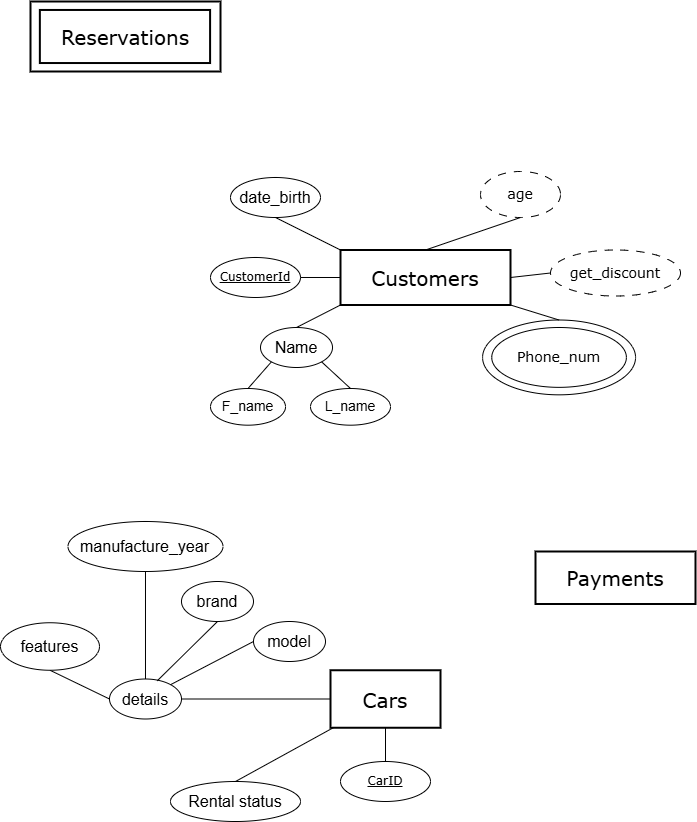
This is ER Diagram.drawio.png from haneen1705/ERDs, a draw.io export, as it was before one commit. Source tidied: cells renumbered, new cells last; positions are measured from the earlier drawing's top-left corner, leaving out a move shared by most shapes.
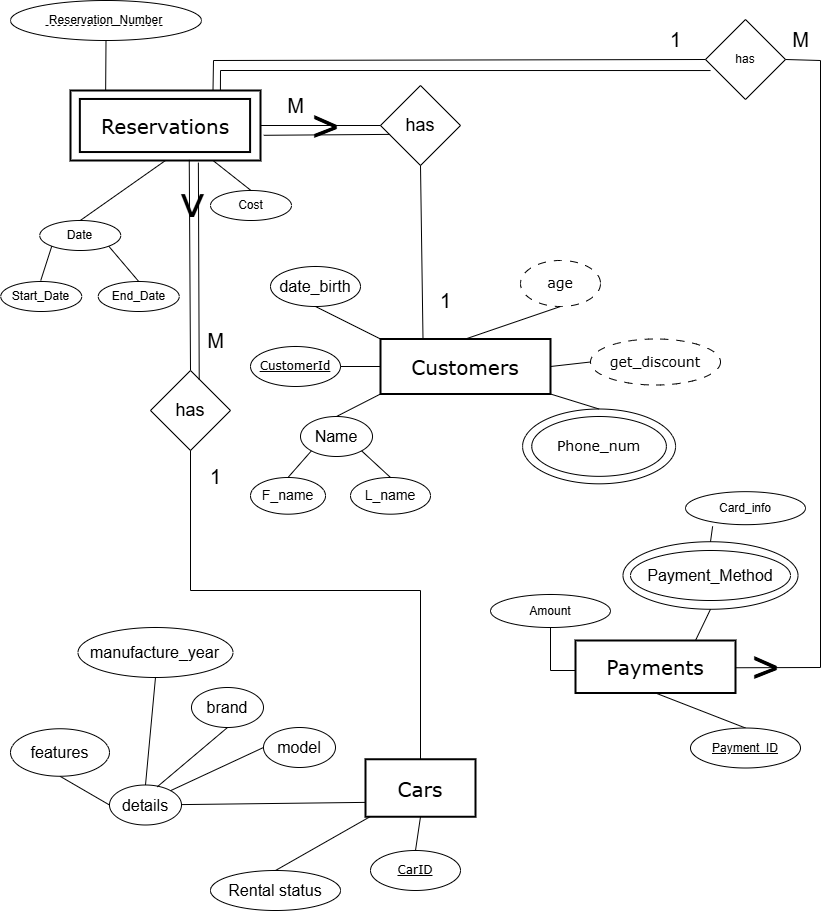
The same diagram one commit later.

Change to the diagram source:
```diff
@@ -6,7 +6,7 @@
       <mxGeometry x="340" y="248.5" width="170" height="55" as="geometry" />
     </mxCell>
     <mxCell id="3" value="&lt;font face=&quot;Verdana&quot; style=&quot;font-size: 20px;&quot;&gt;Cars&lt;/font&gt;" style="rounded=0;whiteSpace=wrap;html=1;strokeWidth=2;" parent="1" vertex="1">
-      <mxGeometry x="330" y="668.8" width="110" height="57.5" as="geometry" />
+      <mxGeometry x="325" y="668.8" width="110" height="57.5" as="geometry" />
     </mxCell>
     <mxCell id="4" value="&lt;font face=&quot;Verdana&quot;&gt;&lt;span style=&quot;font-size: 20px;&quot;&gt;Payments&lt;/span&gt;&lt;/font&gt;" style="rounded=0;whiteSpace=wrap;html=1;strokeWidth=2;" parent="1" vertex="1">
       <mxGeometry x="535" y="550" width="160" height="52.5" as="geometry" />
@@ -72,16 +72,16 @@
       <mxGeometry relative="1" as="geometry" />
     </mxCell>
     <mxCell id="25" value="&lt;u&gt;&lt;font face=&quot;Verdana&quot;&gt;CarID&lt;/font&gt;&lt;/u&gt;" style="ellipse;whiteSpace=wrap;html=1;" parent="1" vertex="1">
-      <mxGeometry x="340" y="760" width="90" height="40" as="geometry" />
+      <mxGeometry x="330" y="760" width="90" height="40" as="geometry" />
     </mxCell>
     <mxCell id="26" style="endArrow=none;html=1;rounded=0;entryX=0.5;entryY=1;entryDx=0;entryDy=0;exitX=0.5;exitY=0;exitDx=0;exitDy=0;" parent="1" edge="1" source="25" target="3">
       <mxGeometry relative="1" as="geometry" />
     </mxCell>
-    <mxCell id="27" style="endArrow=none;html=1;rounded=0;entryX=0;entryY=0.5;entryDx=0;entryDy=0;" parent="1" edge="1" source="28" target="3">
+    <mxCell id="27" style="endArrow=none;html=1;rounded=0;entryX=0;entryY=0.75;entryDx=0;entryDy=0;" parent="1" edge="1" source="28" target="3">
       <mxGeometry relative="1" as="geometry" />
     </mxCell>
     <mxCell id="28" value="&lt;font style=&quot;font-size: 16px;&quot;&gt;details&lt;/font&gt;" style="ellipse;whiteSpace=wrap;html=1;" parent="1" vertex="1">
-      <mxGeometry x="109" y="677.5" width="72" height="40" as="geometry" />
+      <mxGeometry x="69" y="694.5" width="72" height="40" as="geometry" />
     </mxCell>
     <mxCell id="29" value="&lt;font face=&quot;Verdana&quot;&gt;&lt;span style=&quot;font-size: 14px;&quot;&gt;get_discount&lt;/span&gt;&lt;/font&gt;" style="ellipse;whiteSpace=wrap;html=1;dashed=1;dashPattern=8 8;" parent="1" vertex="1">
       <mxGeometry x="550" y="248.5" width="130" height="46" as="geometry" />
@@ -93,16 +93,16 @@
       <mxGeometry relative="1" as="geometry" />
     </mxCell>
     <mxCell id="32" value="&lt;font style=&quot;font-size: 16px;&quot;&gt;model&lt;/font&gt;" style="ellipse;whiteSpace=wrap;html=1;" parent="1" vertex="1">
-      <mxGeometry x="253" y="620" width="72" height="40" as="geometry" />
+      <mxGeometry x="223" y="637" width="72" height="40" as="geometry" />
     </mxCell>
     <mxCell id="33" value="&lt;font style=&quot;font-size: 16px;&quot;&gt;manufacture_year&lt;/font&gt;" style="ellipse;whiteSpace=wrap;html=1;" parent="1" vertex="1">
-      <mxGeometry x="67.5" y="520" width="155" height="50" as="geometry" />
+      <mxGeometry x="37.5" y="537" width="155" height="50" as="geometry" />
     </mxCell>
     <mxCell id="34" style="endArrow=none;html=1;rounded=0;exitX=0.5;exitY=0;exitDx=0;exitDy=0;entryX=0.5;entryY=1;entryDx=0;entryDy=0;" parent="1" edge="1" source="28" target="33">
       <mxGeometry relative="1" as="geometry" />
     </mxCell>
     <mxCell id="35" value="&lt;span style=&quot;font-size: 16px;&quot;&gt;brand&lt;/span&gt;" style="ellipse;whiteSpace=wrap;html=1;" parent="1" vertex="1">
-      <mxGeometry x="181" y="580" width="72" height="40" as="geometry" />
+      <mxGeometry x="151" y="597" width="72" height="40" as="geometry" />
     </mxCell>
     <mxCell id="36" style="endArrow=none;html=1;rounded=0;entryX=0.5;entryY=1;entryDx=0;entryDy=0;exitX=0.664;exitY=0.044;exitDx=0;exitDy=0;exitPerimeter=0;" parent="1" edge="1" source="28" target="35">
       <mxGeometry relative="1" as="geometry" />
@@ -111,7 +111,7 @@
       <mxGeometry relative="1" as="geometry" />
     </mxCell>
     <mxCell id="38" value="&lt;font style=&quot;font-size: 16px;&quot;&gt;features&lt;/font&gt;" style="ellipse;whiteSpace=wrap;html=1;" parent="1" vertex="1">
-      <mxGeometry y="621.2" width="99" height="47.5" as="geometry" />
+      <mxGeometry x="-30" y="638.2" width="99" height="47.5" as="geometry" />
     </mxCell>
     <mxCell id="39" style="endArrow=none;html=1;rounded=0;exitX=0.5;exitY=0;exitDx=0;exitDy=0;" parent="1" edge="1" source="40" target="3">
       <mxGeometry relative="1" as="geometry" />
@@ -119,5 +119,162 @@
     <mxCell id="40" value="&lt;span style=&quot;font-size: 16px;&quot;&gt;Rental status&lt;/span&gt;" style="ellipse;whiteSpace=wrap;html=1;" parent="1" vertex="1">
       <mxGeometry x="170" y="780" width="130" height="40" as="geometry" />
     </mxCell>
+    <mxCell id="41" style="endArrow=none;html=1;rounded=0;entryX=0.185;entryY=-0.003;entryDx=0;entryDy=0;exitX=0.5;exitY=1;exitDx=0;exitDy=0;entryPerimeter=0;" parent="1" edge="1" source="75" target="6">
+      <mxGeometry relative="1" as="geometry" />
+    </mxCell>
+    <mxCell id="42" style="endArrow=none;html=1;rounded=0;entryX=0.5;entryY=1;entryDx=0;entryDy=0;exitX=0.5;exitY=0;exitDx=0;exitDy=0;" parent="1" edge="1" source="43" target="6">
+      <mxGeometry relative="1" as="geometry" />
+    </mxCell>
+    <mxCell id="43" value="Date" style="ellipse;whiteSpace=wrap;html=1;" parent="1" vertex="1">
+      <mxGeometry x="-0.8" y="130" width="81" height="30" as="geometry" />
+    </mxCell>
+    <mxCell id="44" style="endArrow=none;html=1;rounded=0;entryX=0;entryY=1;entryDx=0;entryDy=0;" parent="1" edge="1" target="43">
+      <mxGeometry relative="1" as="geometry">
+        <mxPoint x="0.2" y="190" as="sourcePoint" />
+      </mxGeometry>
+    </mxCell>
+    <mxCell id="45" style="endArrow=none;html=1;rounded=0;entryX=1;entryY=1;entryDx=0;entryDy=0;exitX=0.5;exitY=0;exitDx=0;exitDy=0;" parent="1" edge="1" source="47" target="43">
+      <mxGeometry relative="1" as="geometry" />
+    </mxCell>
+    <mxCell id="46" value="Start_Date" style="ellipse;whiteSpace=wrap;html=1;" parent="1" vertex="1">
+      <mxGeometry x="-39.8" y="191" width="81" height="30" as="geometry" />
+    </mxCell>
+    <mxCell id="47" value="End_Date" style="ellipse;whiteSpace=wrap;html=1;" parent="1" vertex="1">
+      <mxGeometry x="57.7" y="191" width="81" height="30" as="geometry" />
+    </mxCell>
+    <mxCell id="48" value="Cost" style="ellipse;whiteSpace=wrap;html=1;" parent="1" vertex="1">
+      <mxGeometry x="170" y="100" width="81" height="30" as="geometry" />
+    </mxCell>
+    <mxCell id="49" style="endArrow=none;html=1;rounded=0;entryX=0.75;entryY=1;entryDx=0;entryDy=0;exitX=0.5;exitY=0;exitDx=0;exitDy=0;" parent="1" edge="1" source="48" target="6">
+      <mxGeometry relative="1" as="geometry" />
+    </mxCell>
+    <mxCell id="50" style="endArrow=none;html=1;rounded=0;entryX=0.5;entryY=1;entryDx=0;entryDy=0;exitX=0.5;exitY=0;exitDx=0;exitDy=0;" parent="1" edge="1" source="51">
+      <mxGeometry relative="1" as="geometry">
+        <mxPoint x="615" y="602.5" as="targetPoint" />
+      </mxGeometry>
+    </mxCell>
+    <mxCell id="51" value="&lt;u&gt;Payment_ID&lt;/u&gt;" style="ellipse;whiteSpace=wrap;html=1;" parent="1" vertex="1">
+      <mxGeometry x="650" y="637.5" width="110" height="40" as="geometry" />
+    </mxCell>
+    <mxCell id="52" value="&lt;font style=&quot;font-size: 16px;&quot;&gt;Payment_Method&lt;/font&gt;" style="ellipse;whiteSpace=wrap;html=1;" parent="1" vertex="1">
+      <mxGeometry x="590" y="460" width="160" height="50" as="geometry" />
+    </mxCell>
+    <mxCell id="53" style="endArrow=none;html=1;rounded=0;exitX=0.75;exitY=0;exitDx=0;exitDy=0;entryX=0.5;entryY=1;entryDx=0;entryDy=0;" parent="1" edge="1" source="4" target="54">
+      <mxGeometry relative="1" as="geometry" />
+    </mxCell>
+    <mxCell id="54" style="ellipse;whiteSpace=wrap;html=1;fillColor=none;" parent="1" vertex="1">
+      <mxGeometry x="582.5" y="451.2" width="175" height="67.5" as="geometry" />
+    </mxCell>
+    <mxCell id="55" value="Card_info" style="ellipse;whiteSpace=wrap;html=1;" parent="1" vertex="1">
+      <mxGeometry x="645" y="401.2" width="120" height="33" as="geometry" />
+    </mxCell>
+    <mxCell id="56" style="endArrow=none;html=1;rounded=0;exitX=0.5;exitY=0;exitDx=0;exitDy=0;entryX=0.226;entryY=1.05;entryDx=0;entryDy=0;entryPerimeter=0;" parent="1" edge="1" source="54" target="55">
+      <mxGeometry relative="1" as="geometry" />
+    </mxCell>
+    <mxCell id="57" style="endArrow=none;html=1;rounded=0;entryX=0.5;entryY=1;entryDx=0;entryDy=0;" parent="1" edge="1" target="58">
+      <mxGeometry relative="1" as="geometry">
+        <mxPoint x="535" y="580" as="sourcePoint" />
+        <Array as="points">
+          <mxPoint x="510" y="580" />
+        </Array>
+      </mxGeometry>
+    </mxCell>
+    <mxCell id="58" value="Amount" style="ellipse;whiteSpace=wrap;html=1;" parent="1" vertex="1">
+      <mxGeometry x="450" y="504" width="120" height="33" as="geometry" />
+    </mxCell>
+    <mxCell id="59" value="&lt;font style=&quot;font-size: 18px;&quot;&gt;has&lt;/font&gt;" style="rhombus;whiteSpace=wrap;html=1;" parent="1" vertex="1">
+      <mxGeometry x="340" y="-5" width="80" height="80" as="geometry" />
+    </mxCell>
+    <mxCell id="60" style="endArrow=none;html=1;rounded=0;exitX=0.25;exitY=0;exitDx=0;exitDy=0;entryX=0.5;entryY=1;entryDx=0;entryDy=0;" parent="1" edge="1" source="2" target="59">
+      <mxGeometry relative="1" as="geometry" />
+    </mxCell>
+    <mxCell id="61" style="endArrow=none;html=1;rounded=0;exitX=1;exitY=0.5;exitDx=0;exitDy=0;entryX=0;entryY=0.5;entryDx=0;entryDy=0;" parent="1" edge="1" source="6" target="59">
+      <mxGeometry relative="1" as="geometry" />
+    </mxCell>
+    <mxCell id="62" value="&lt;font style=&quot;font-size: 20px;&quot;&gt;M&lt;/font&gt;" style="text;html=1;align=center;verticalAlign=middle;strokeColor=none;fillColor=none;" parent="1" vertex="1">
+      <mxGeometry x="235" y="-5" width="40" height="40" as="geometry" />
+    </mxCell>
+    <mxCell id="63" value="&lt;font style=&quot;font-size: 20px;&quot;&gt;1&lt;/font&gt;" style="text;html=1;align=center;verticalAlign=middle;strokeColor=none;fillColor=none;" parent="1" vertex="1">
+      <mxGeometry x="390" y="190" width="30" height="40" as="geometry" />
+    </mxCell>
+    <mxCell id="64" style="endArrow=none;html=1;rounded=0;exitX=0.625;exitY=0.991;exitDx=0;exitDy=0;entryX=0.5;entryY=0;entryDx=0;entryDy=0;exitPerimeter=0;" parent="1" edge="1" source="6" target="65">
+      <mxGeometry relative="1" as="geometry" />
+    </mxCell>
+    <mxCell id="65" value="&lt;font style=&quot;font-size: 18px;&quot;&gt;has&lt;/font&gt;" style="rhombus;whiteSpace=wrap;html=1;" parent="1" vertex="1">
+      <mxGeometry x="110" y="280" width="80" height="80" as="geometry" />
+    </mxCell>
+    <mxCell id="66" style="endArrow=none;html=1;rounded=0;entryX=0.5;entryY=1;entryDx=0;entryDy=0;exitX=0.5;exitY=0;exitDx=0;exitDy=0;" parent="1" edge="1" source="3" target="65">
+      <mxGeometry relative="1" as="geometry">
+        <Array as="points">
+          <mxPoint x="380" y="500" />
+          <mxPoint x="150" y="500" />
+        </Array>
+      </mxGeometry>
+    </mxCell>
+    <mxCell id="67" value="&lt;span style=&quot;font-size: 20px;&quot;&gt;M&lt;/span&gt;" style="text;html=1;align=center;verticalAlign=middle;strokeColor=none;fillColor=none;" parent="1" vertex="1">
+      <mxGeometry x="155" y="230" width="40" height="40" as="geometry" />
+    </mxCell>
+    <mxCell id="68" value="&lt;font style=&quot;font-size: 20px;&quot;&gt;1&lt;/font&gt;" style="text;html=1;align=center;verticalAlign=middle;strokeColor=none;fillColor=none;" parent="1" vertex="1">
+      <mxGeometry x="160" y="366" width="30" height="40" as="geometry" />
+    </mxCell>
+    <mxCell id="69" style="endArrow=none;html=1;rounded=0;exitX=0.673;exitY=1.03;exitDx=0;exitDy=0;exitPerimeter=0;entryX=0.609;entryY=0.117;entryDx=0;entryDy=0;entryPerimeter=0;" parent="1" edge="1" source="6" target="65">
+      <mxGeometry relative="1" as="geometry" />
+    </mxCell>
+    <mxCell id="70" style="endArrow=none;html=1;rounded=0;entryX=0.12;entryY=0.611;entryDx=0;entryDy=0;entryPerimeter=0;exitX=1.017;exitY=0.64;exitDx=0;exitDy=0;exitPerimeter=0;" parent="1" edge="1" source="6" target="59">
+      <mxGeometry relative="1" as="geometry" />
+    </mxCell>
+    <mxCell id="71" value="has" style="rhombus;whiteSpace=wrap;html=1;" parent="1" vertex="1">
+      <mxGeometry x="665" y="-71" width="80" height="80" as="geometry" />
+    </mxCell>
+    <mxCell id="72" style="endArrow=none;html=1;rounded=0;exitX=0.75;exitY=0;exitDx=0;exitDy=0;entryX=0;entryY=0.5;entryDx=0;entryDy=0;" parent="1" edge="1" source="6" target="71">
+      <mxGeometry relative="1" as="geometry">
+        <Array as="points">
+          <mxPoint x="173" y="-30" />
+        </Array>
+      </mxGeometry>
+    </mxCell>
+    <mxCell id="73" style="endArrow=none;html=1;rounded=0;exitX=0.789;exitY=0;exitDx=0;exitDy=0;exitPerimeter=0;entryX=0.063;entryY=0.638;entryDx=0;entryDy=0;entryPerimeter=0;" parent="1" edge="1" source="6" target="71">
+      <mxGeometry relative="1" as="geometry">
+        <Array as="points">
+          <mxPoint x="180" y="-20" />
+        </Array>
+      </mxGeometry>
+    </mxCell>
+    <mxCell id="74" style="group;" parent="1" vertex="1">
+      <mxGeometry x="-30" y="-90" width="191" height="40" as="geometry" />
+    </mxCell>
+    <mxCell id="75" value="Reservation_Number" style="ellipse;whiteSpace=wrap;html=1;" parent="74" vertex="1">
+      <mxGeometry width="191" height="40" as="geometry" />
+    </mxCell>
+    <mxCell id="76" style="endArrow=none;dashed=1;html=1;rounded=0;" parent="74" edge="1">
+      <mxGeometry relative="1" as="geometry">
+        <mxPoint x="35" y="25" as="sourcePoint" />
+        <mxPoint x="155" y="25" as="targetPoint" />
+      </mxGeometry>
+    </mxCell>
+    <mxCell id="77" value="&lt;font style=&quot;font-size: 20px;&quot;&gt;1&lt;/font&gt;" style="text;html=1;align=center;verticalAlign=middle;strokeColor=none;fillColor=none;" parent="1" vertex="1">
+      <mxGeometry x="620" y="-71" width="30" height="40" as="geometry" />
+    </mxCell>
+    <mxCell id="78" value="&lt;font style=&quot;font-size: 20px;&quot;&gt;M&lt;/font&gt;" style="text;html=1;align=center;verticalAlign=middle;strokeColor=none;fillColor=none;" parent="1" vertex="1">
+      <mxGeometry x="740" y="-71" width="40" height="40" as="geometry" />
+    </mxCell>
+    <mxCell id="79" style="endArrow=none;html=1;rounded=0;exitX=1;exitY=0.5;exitDx=0;exitDy=0;entryX=1;entryY=0.5;entryDx=0;entryDy=0;" parent="1" edge="1" target="71">
+      <mxGeometry relative="1" as="geometry">
+        <mxPoint x="695" y="577.2" as="sourcePoint" />
+        <Array as="points">
+          <mxPoint x="780" y="577" />
+          <mxPoint x="780" y="-30" />
+        </Array>
+      </mxGeometry>
+    </mxCell>
+    <mxCell id="80" value="&lt;font style=&quot;font-size: 48px;&quot;&gt;&amp;gt;&lt;/font&gt;" style="text;html=1;align=center;verticalAlign=middle;strokeColor=none;fillColor=none;rotation=0;" parent="1" vertex="1">
+      <mxGeometry x="700" y="543.2" width="50" height="70" as="geometry" />
+    </mxCell>
+    <mxCell id="81" value="&lt;font style=&quot;font-size: 48px;&quot;&gt;&amp;gt;&lt;/font&gt;" style="text;html=1;align=center;verticalAlign=middle;strokeColor=none;fillColor=none;rotation=0;" parent="1" vertex="1">
+      <mxGeometry x="260" y="2" width="50" height="70" as="geometry" />
+    </mxCell>
+    <mxCell id="82" value="&lt;font style=&quot;font-size: 48px;&quot;&gt;&amp;gt;&lt;/font&gt;" style="text;html=1;align=center;verticalAlign=middle;strokeColor=none;fillColor=none;rotation=90;" parent="1" vertex="1">
+      <mxGeometry x="127" y="80" width="50" height="70" as="geometry" />
+    </mxCell>
   </root>
 </mxGraphModel>
```
